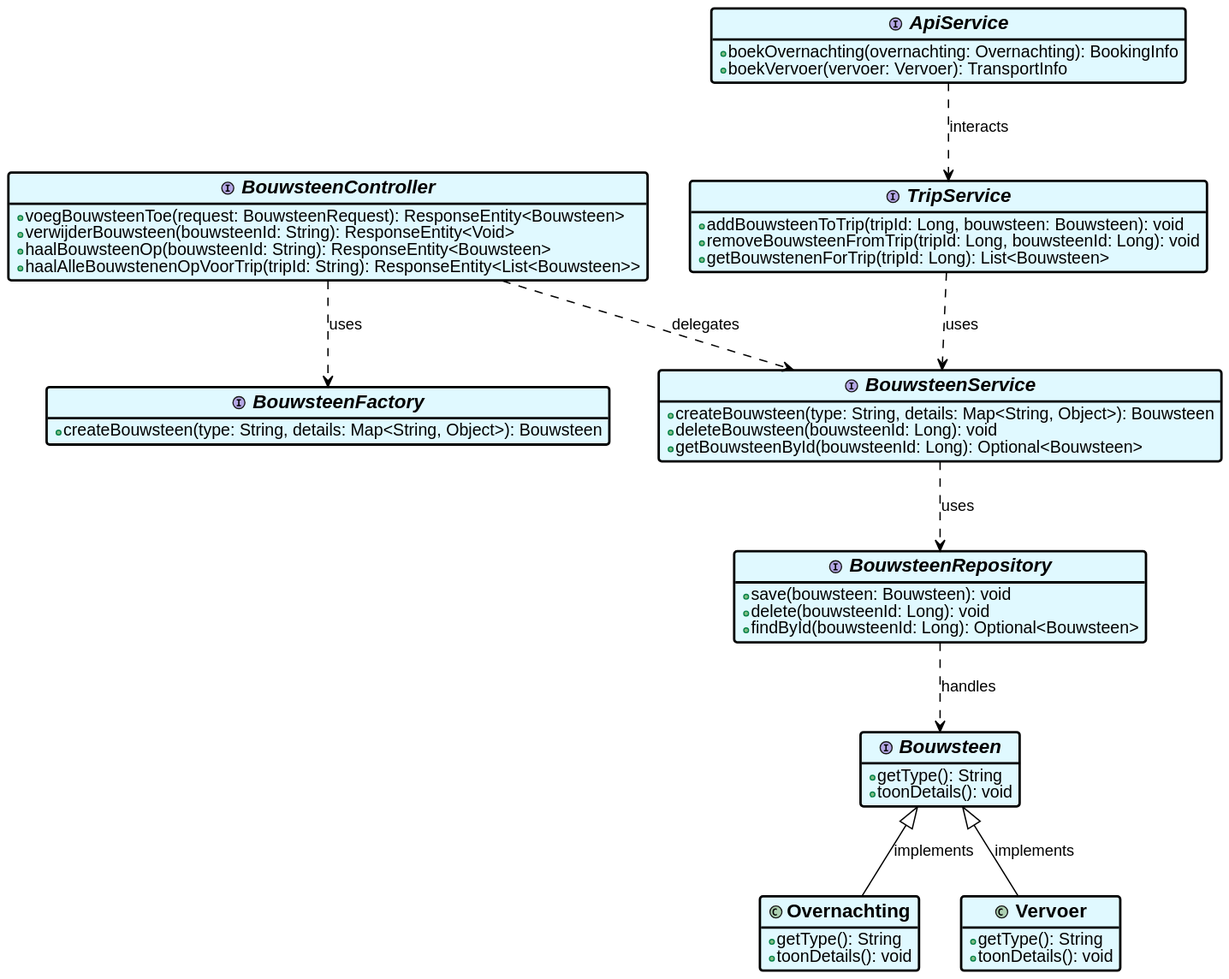
Earlier version of the PlantUML export Bartu/Onderzoek/classDiagramOnderzoek-0.svg (AIM-ENE-feb25/triptop-dravende-dikdiks).
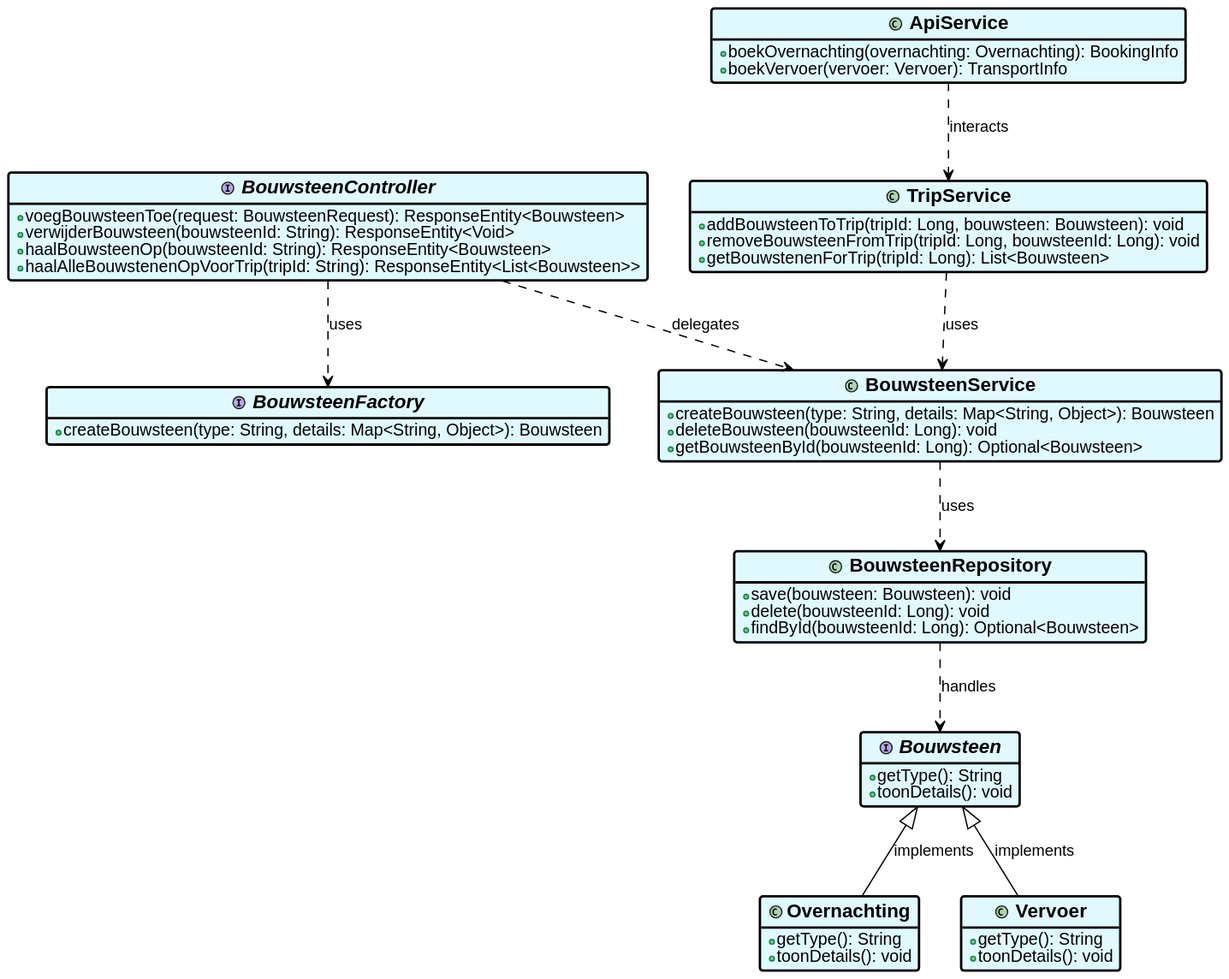
The same diagram one commit later.

Change to the diagram source:
```diff
@@ -12,25 +12,25 @@
     +createBouwsteen(type: String, details: Map<String, Object>): Bouwsteen
 }
 
-interface BouwsteenService {
+class BouwsteenService {
     +createBouwsteen(type: String, details: Map<String, Object>): Bouwsteen
     +deleteBouwsteen(bouwsteenId: Long): void
     +getBouwsteenById(bouwsteenId: Long): Optional<Bouwsteen>
 }
 
-interface BouwsteenRepository {
+class BouwsteenRepository {
     +save(bouwsteen: Bouwsteen): void
     +delete(bouwsteenId: Long): void
     +findById(bouwsteenId: Long): Optional<Bouwsteen>
 }
 
-interface TripService {
+class TripService {
     +addBouwsteenToTrip(tripId: Long, bouwsteen: Bouwsteen): void
     +removeBouwsteenFromTrip(tripId: Long, bouwsteenId: Long): void
     +getBouwstenenForTrip(tripId: Long): List<Bouwsteen>
 }
 
-interface ApiService {
+class ApiService {
     +boekOvernachting(overnachting: Overnachting): BookingInfo
     +boekVervoer(vervoer: Vervoer): TransportInfo
 }
```
